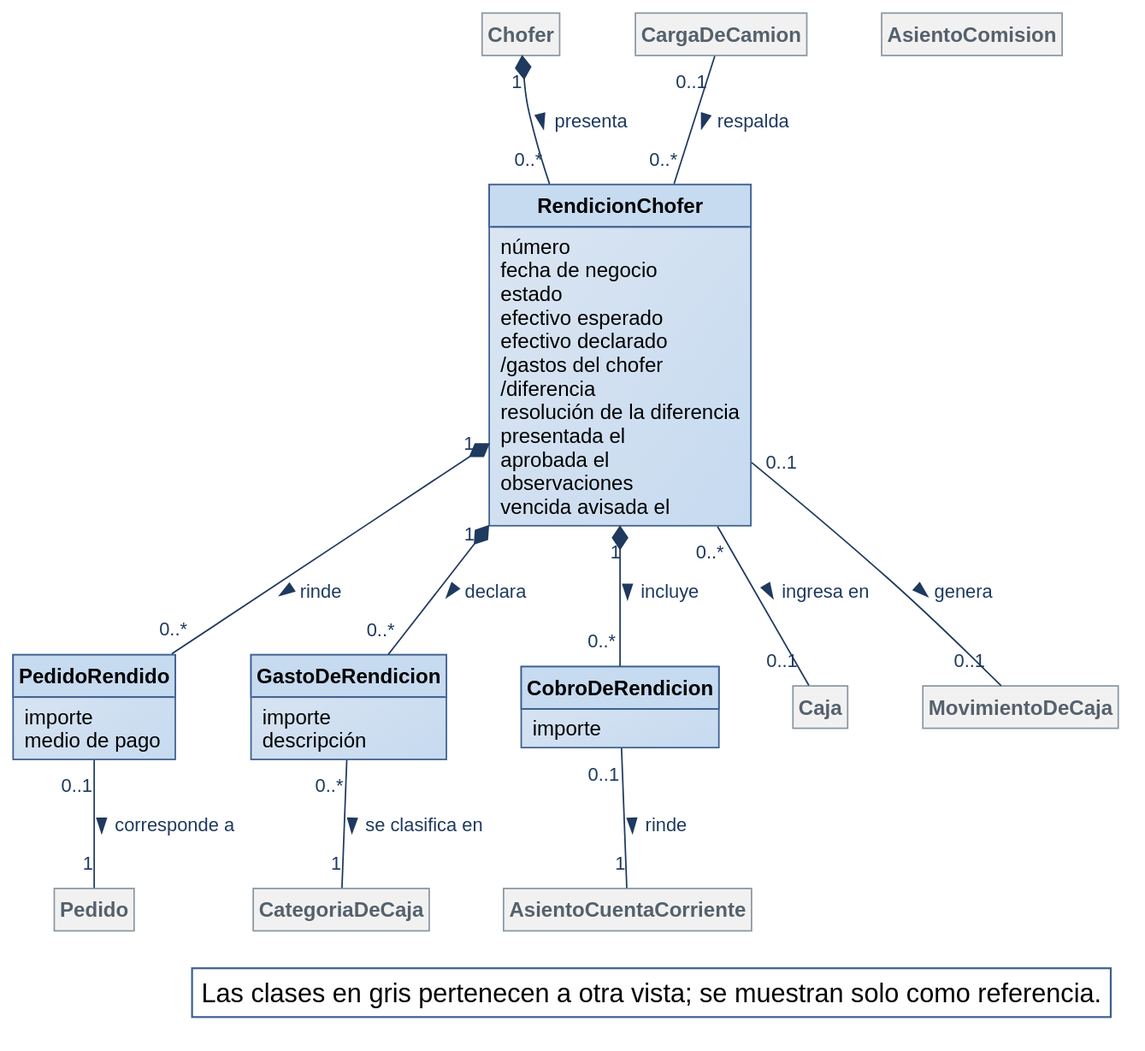
This is diagramas/modelo-conceptual/MC_Rendiciones.svg from Nahuelito-Dev/splg-docs, a PlantUML export, as it was before one commit.
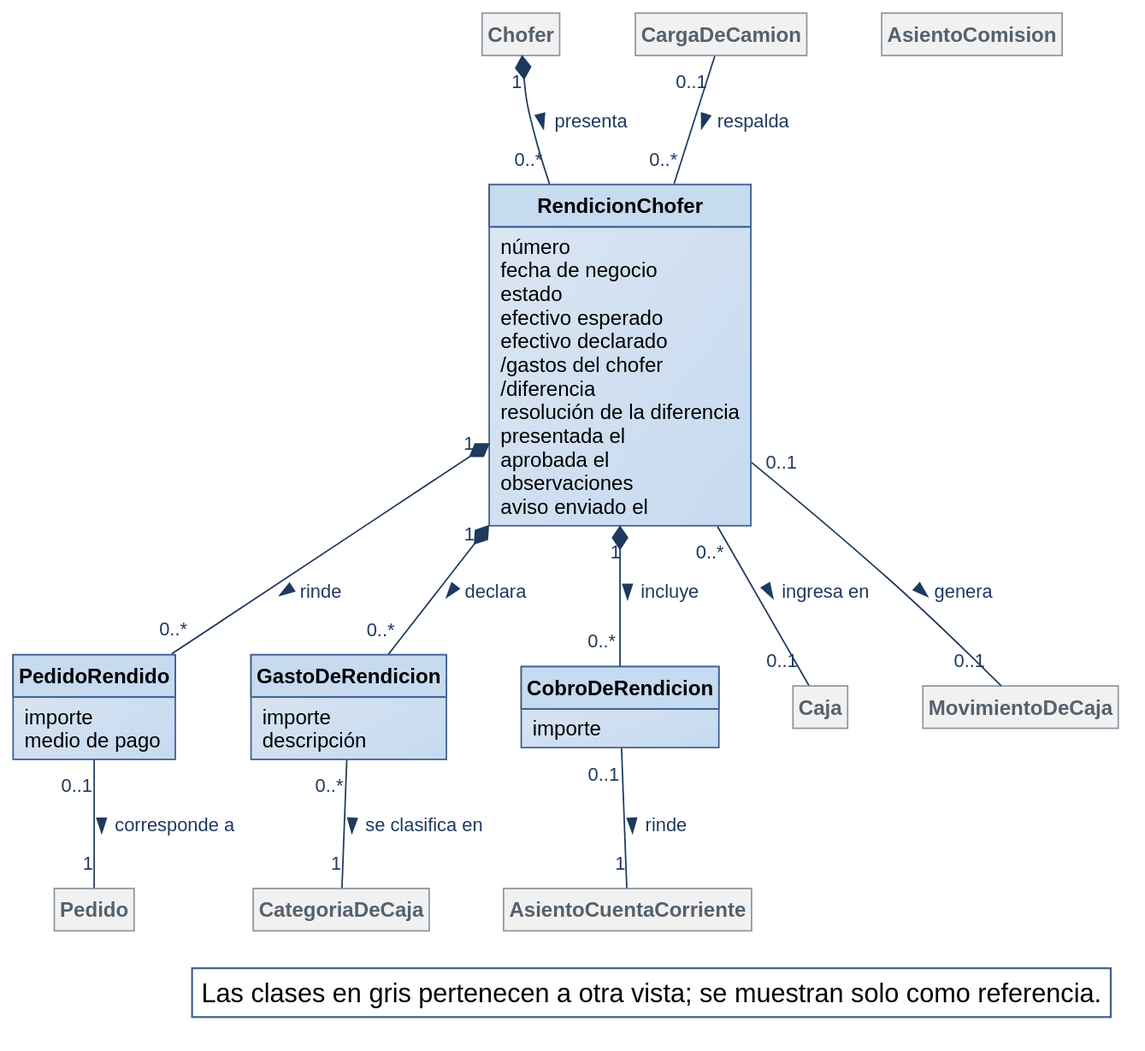
After the change.

What changed in the source:
```diff
@@ -19,7 +19,7 @@
   presentada el
   aprobada el
   observaciones
-  vencida avisada el
+  aviso enviado el
 }
 class PedidoRendido {
   importe
```
